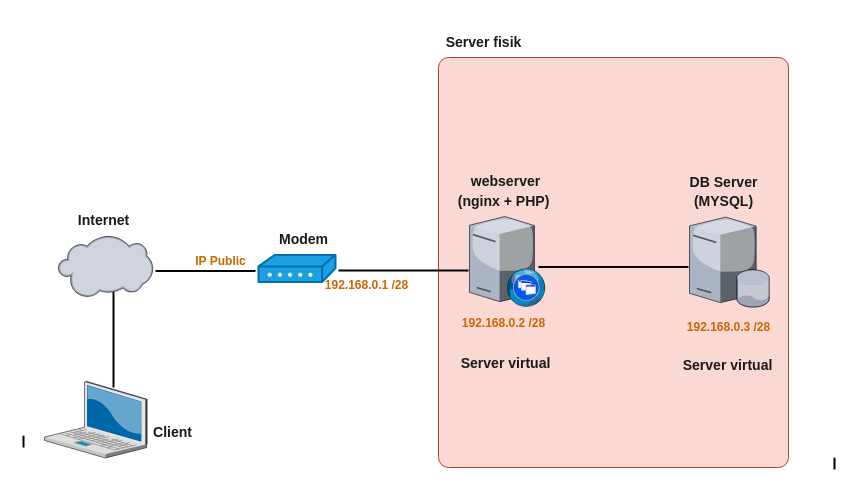
Earlier version of the draw.io diagram Untitled Diagram.drawio (AjinNF/Diagrams). Source tidied: cells renumbered, new cells numbered last; positions are measured from the earlier drawing's top-left corner, leaving out a move shared by most shapes. Both pictures are drawn from the tidied source at 100%, with x=0, y=0 at pixel (18, 17).
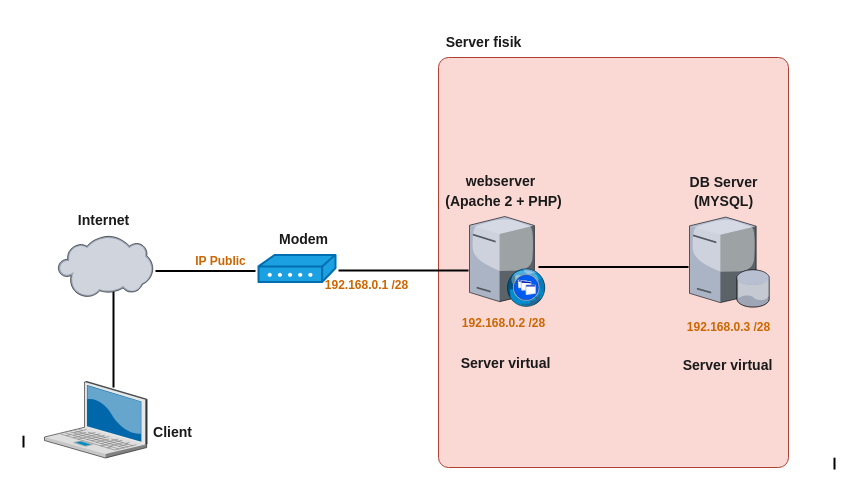
Above is the later version.

Change to the diagram source:
```diff
@@
     <mxCell id="9" value="&lt;h3&gt;&lt;b&gt;&lt;font color=&quot;#1a1a1a&quot;&gt;webserver&lt;/font&gt;&lt;/b&gt;&lt;/h3&gt;&lt;div&gt;&lt;br&gt;&lt;/div&gt;" style="text;html=1;align=center;verticalAlign=middle;fillColor=none;strokeColor=none;rounded=0;sketch=0;fontColor=#5AA9E6;" parent="1" vertex="1">
-      <mxGeometry x="447" y="140.6" width="80" height="60" as="geometry" />
+      <mxGeometry x="442" y="140.6" width="80" height="60" as="geometry" />
     </mxCell>
-    <mxCell id="10" value="&lt;h3&gt;&lt;font color=&quot;#1a1a1a&quot;&gt;(nginx + PHP)&lt;/font&gt;&lt;/h3&gt;" style="text;html=1;align=center;verticalAlign=middle;fillColor=none;strokeColor=none;rounded=0;sketch=0;fontColor=#5AA9E6;" parent="1" vertex="1">
-      <mxGeometry x="430" y="159" width="110" height="50" as="geometry" />
+    <mxCell id="10" value="&lt;h3&gt;&lt;font color=&quot;#1a1a1a&quot;&gt;(Apache 2 + PHP)&lt;/font&gt;&lt;/h3&gt;" style="text;html=1;align=center;verticalAlign=middle;fillColor=none;strokeColor=none;rounded=0;sketch=0;fontColor=#5AA9E6;" parent="1" vertex="1">
+      <mxGeometry x="420" y="159" width="130" height="50" as="geometry" />
     </mxCell>
```
